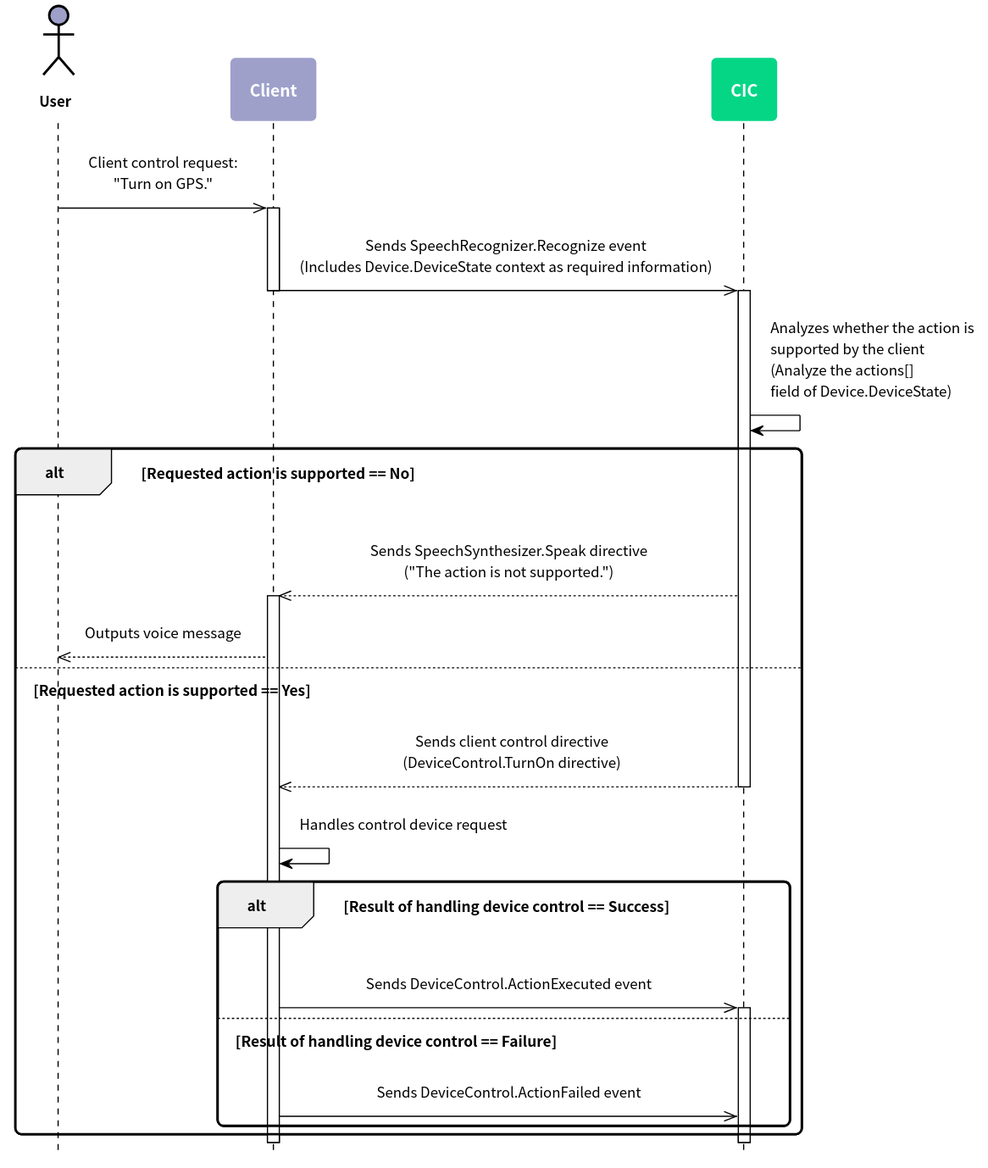
This is en-KR/Develop/Assets/Images/CIC_DeviceControl_Work_Flow1.svg from muchokwon/clova-client-developer-guide, a PlantUML export, as it was before one commit.
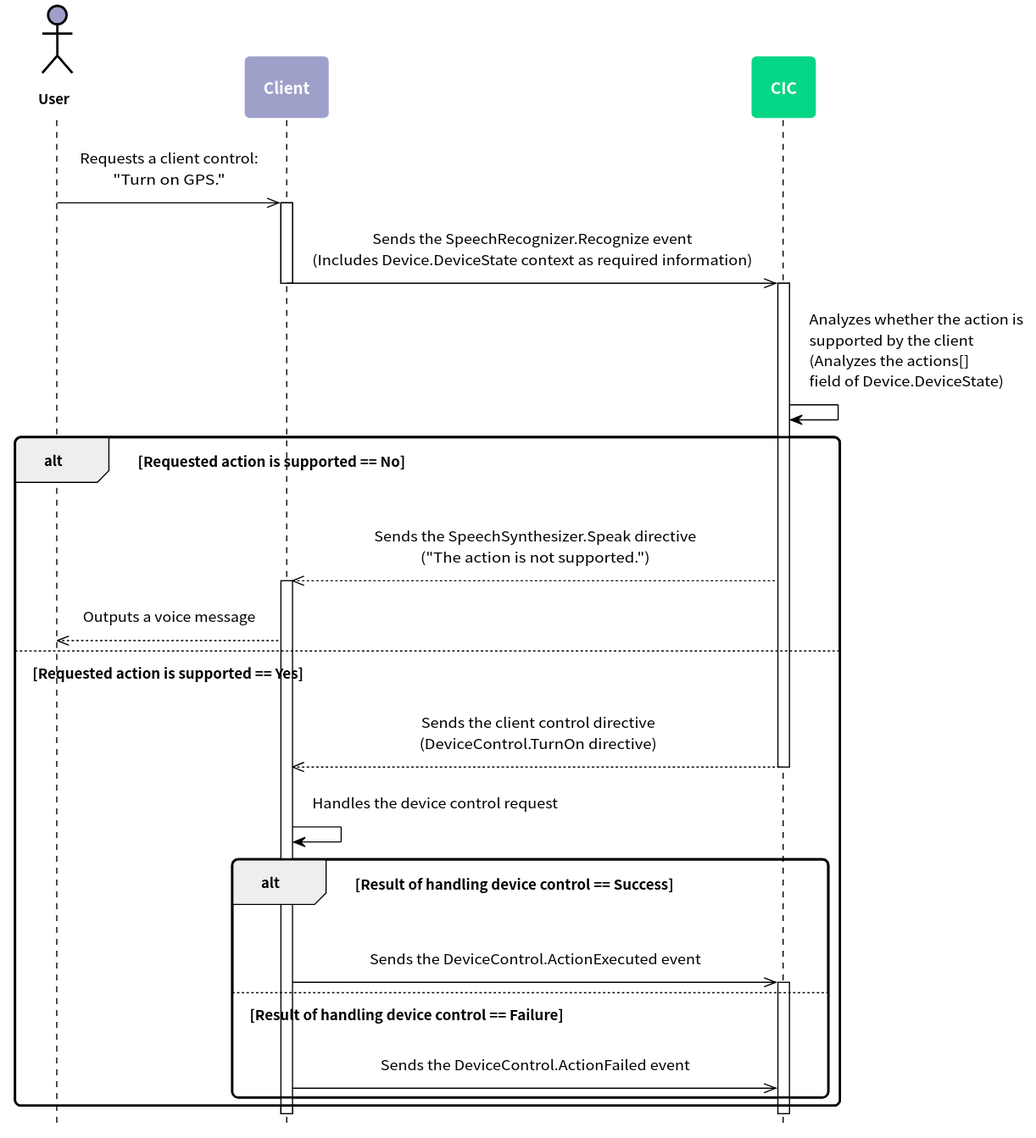
After the change.

The edit, as a diff of the source:
```diff
@@ -53,39 +53,39 @@
 participant Client as client #9EA0CA
 participant CIC as cic #05D686
 
-user ->> client : Client control request:\n"Turn on GPS."
+user ->> client : Requests a client control:\n"Turn on GPS."
 
 activate client
-  client ->> cic : Sends SpeechRecognizer.Recognize event\n(Includes Device.DeviceState context as required information)
+  client ->> cic : Sends the SpeechRecognizer.Recognize event\n(Includes Device.DeviceState context as required information)
 
 deactivate client
 
 activate cic
-  cic -> cic : Analyzes whether the action is\nsupported by the client\n(Analyze the actions[]\nfield of Device.DeviceState)
+  cic -> cic : Analyzes whether the action is\nsupported by the client\n(Analyzes the actions[]\nfield of Device.DeviceState)
 
   alt Requested action is supported == No
 
-    cic -->> client : Sends SpeechSynthesizer.Speak directive\n("The action is not supported.")
+    cic -->> client : Sends the SpeechSynthesizer.Speak directive\n("The action is not supported.")
 
 	activate client
-    client -->> user : Outputs voice message
+    client -->> user : Outputs a voice message
 
   else Requested action is supported == Yes
 
-    cic -->> client : Sends client control directive\n(DeviceControl.TurnOn directive)
+    cic -->> client : Sends the client control directive\n(DeviceControl.TurnOn directive)
 
 	deactivate cic
-    client -> client : Handles control device request
+    client -> client : Handles the device control request
 
     alt Result of handling device control == Success
 
-      client ->> cic : Sends DeviceControl.ActionExecuted event
+      client ->> cic : Sends the DeviceControl.ActionExecuted event
 
       activate cic
 
     else Result of handling device control == Failure
 
-      client ->> cic : Sends DeviceControl.ActionFailed event
+      client ->> cic : Sends the DeviceControl.ActionFailed event
 
     end
 
```
